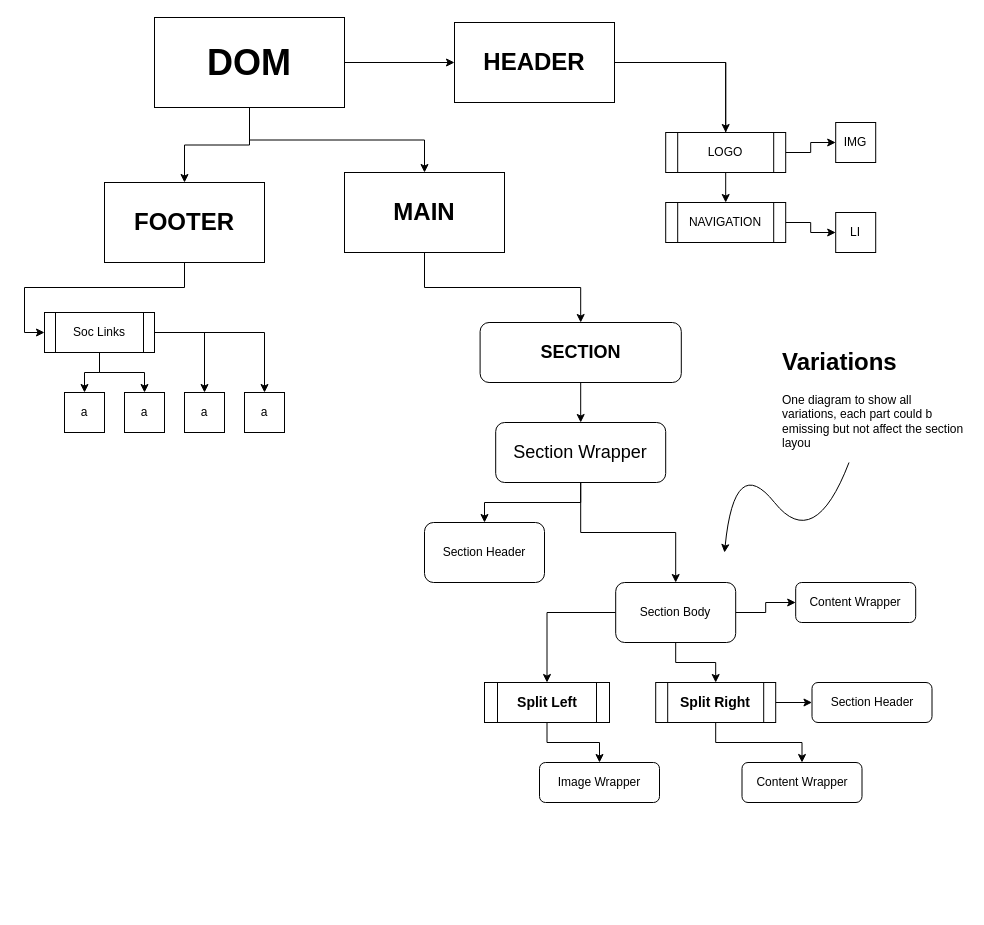
erazmozen/React-Gallery keeps this draw.io diagram as Untitled Diagram.drawio. Above is the earlier version. Source tidied: cells renumbered, new cells numbered last; positions are measured from the earlier drawing's top-left corner, leaving out a move shared by most shapes. Both pictures are drawn from the tidied source at 100%, with x=0, y=0 at pixel (44, 17).
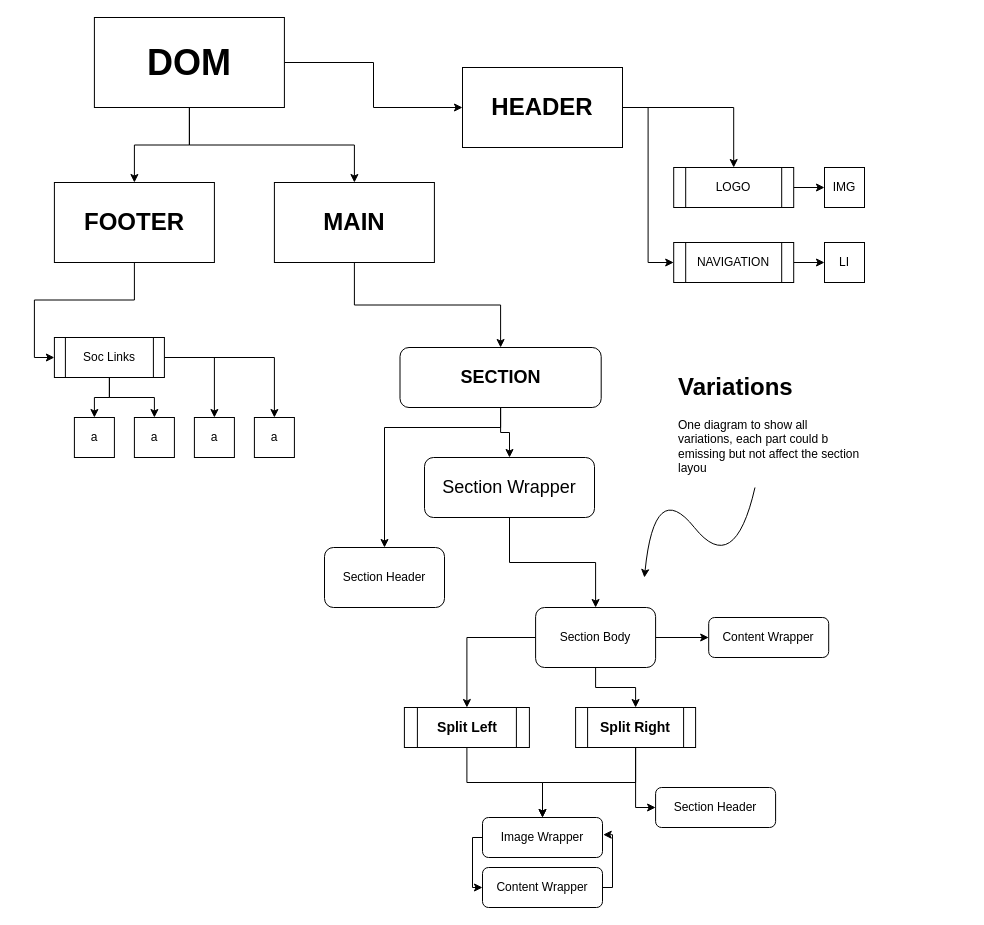
Above is the later version.

What changed in the source:
```diff
@@
-    <mxCell id="2" style="edgeStyle=orthogonalEdgeStyle;rounded=0;jettySize=auto;html=1;" parent="1" edge="1" source="5" target="12">
-      <mxGeometry relative="1" as="geometry" />
-    </mxCell>
@@
+    <mxCell id="2" style="edgeStyle=orthogonalEdgeStyle;rounded=0;jettySize=auto;html=1;entryX=0.5;entryY=0;entryDx=0;entryDy=0;" parent="1" edge="1" source="5" target="12">
+      <mxGeometry relative="1" as="geometry" />
+    </mxCell>
     <mxCell id="5" value="&lt;font style=&quot;font-size: 36px;&quot;&gt;&lt;b&gt;DOM&lt;/b&gt;&lt;/font&gt;" style="rounded=0;whiteSpace=wrap;html=1;" parent="1" vertex="1">
-      <mxGeometry x="110" width="190" height="90" as="geometry" />
+      <mxGeometry x="49.9" width="190" height="90" as="geometry" />
     </mxCell>
@@
-    <mxCell id="7" style="edgeStyle=orthogonalEdgeStyle;rounded=0;jettySize=auto;html=1;" parent="1" edge="1" source="8" target="14">
+    <mxCell id="7" style="edgeStyle=orthogonalEdgeStyle;rounded=0;jettySize=auto;html=1;entryX=0;entryY=0.5;entryDx=0;entryDy=0;" parent="1" edge="1" source="8" target="14">
       <mxGeometry relative="1" as="geometry" />
     </mxCell>
     <mxCell id="8" value="&lt;font style=&quot;font-size: 24px;&quot;&gt;&lt;b&gt;HEADER&lt;/b&gt;&lt;/font&gt;" style="rounded=0;whiteSpace=wrap;html=1;" parent="1" vertex="1">
-      <mxGeometry x="410" y="5" width="160" height="80" as="geometry" />
+      <mxGeometry x="418" y="50" width="160" height="80" as="geometry" />
     </mxCell>
@@
     <mxCell id="10" value="&lt;font style=&quot;font-size: 24px;&quot;&gt;&lt;b&gt;FOOTER&lt;/b&gt;&lt;/font&gt;" style="rounded=0;whiteSpace=wrap;html=1;" parent="1" vertex="1">
-      <mxGeometry x="60" y="165" width="160" height="80" as="geometry" />
+      <mxGeometry x="9.9" y="165" width="160" height="80" as="geometry" />
     </mxCell>
@@
     <mxCell id="12" value="&lt;font style=&quot;font-size: 24px;&quot;&gt;&lt;b&gt;MAIN&lt;/b&gt;&lt;/font&gt;" style="rounded=0;whiteSpace=wrap;html=1;" parent="1" vertex="1">
-      <mxGeometry x="300" y="155" width="160" height="80" as="geometry" />
+      <mxGeometry x="229.9" y="165" width="160" height="80" as="geometry" />
     </mxCell>
@@
     <mxCell id="14" value="NAVIGATION" style="shape=process;whiteSpace=wrap;html=1;backgroundOutline=1;" parent="1" vertex="1">
-      <mxGeometry x="621.2" y="185" width="120" height="40" as="geometry" />
+      <mxGeometry x="629.2" y="225" width="120" height="40" as="geometry" />
     </mxCell>
@@
     <mxCell id="16" value="LOGO" style="shape=process;whiteSpace=wrap;html=1;backgroundOutline=1;" parent="1" vertex="1">
-      <mxGeometry x="621.2" y="115" width="120" height="40" as="geometry" />
+      <mxGeometry x="629.2" y="150" width="120" height="40" as="geometry" />
     </mxCell>
     <mxCell id="17" value="LI" style="whiteSpace=wrap;html=1;" parent="1" vertex="1">
-      <mxGeometry x="791.2" y="195" width="40" height="40" as="geometry" />
+      <mxGeometry x="780" y="225" width="40" height="40" as="geometry" />
     </mxCell>
     <mxCell id="18" value="IMG" style="whiteSpace=wrap;html=1;" parent="1" vertex="1">
-      <mxGeometry x="791.2" y="105" width="40" height="40" as="geometry" />
+      <mxGeometry x="780" y="150" width="40" height="40" as="geometry" />
     </mxCell>
@@
     <mxCell id="23" value="Soc Links" style="shape=process;whiteSpace=wrap;html=1;backgroundOutline=1;" parent="1" vertex="1">
-      <mxGeometry y="295" width="110" height="40" as="geometry" />
+      <mxGeometry x="9.9" y="320" width="110" height="40" as="geometry" />
     </mxCell>
     <mxCell id="24" value="a" style="whiteSpace=wrap;html=1;" parent="1" vertex="1">
-      <mxGeometry x="20" y="375" width="40" height="40" as="geometry" />
+      <mxGeometry x="29.9" y="400" width="40" height="40" as="geometry" />
     </mxCell>
     <mxCell id="25" value="a" style="whiteSpace=wrap;html=1;" parent="1" vertex="1">
-      <mxGeometry x="80" y="375" width="40" height="40" as="geometry" />
+      <mxGeometry x="89.9" y="400" width="40" height="40" as="geometry" />
     </mxCell>
     <mxCell id="26" value="a" style="whiteSpace=wrap;html=1;" parent="1" vertex="1">
-      <mxGeometry x="140" y="375" width="40" height="40" as="geometry" />
+      <mxGeometry x="149.9" y="400" width="40" height="40" as="geometry" />
     </mxCell>
     <mxCell id="27" value="a" style="whiteSpace=wrap;html=1;" parent="1" vertex="1">
-      <mxGeometry x="200" y="375" width="40" height="40" as="geometry" />
+      <mxGeometry x="209.9" y="400" width="40" height="40" as="geometry" />
     </mxCell>
@@
+    <mxCell id="49" style="edgeStyle=orthogonalEdgeStyle;rounded=0;jettySize=auto;html=1;entryX=0.5;entryY=0;entryDx=0;entryDy=0;" parent="1" edge="1" source="29" target="30">
+      <mxGeometry relative="1" as="geometry">
+        <Array as="points">
+          <mxPoint x="456" y="410" />
+          <mxPoint x="340" y="410" />
+        </Array>
+      </mxGeometry>
+    </mxCell>
     <mxCell id="29" value="&lt;font style=&quot;font-size: 18px;&quot;&gt;&lt;b&gt;SECTION&lt;/b&gt;&lt;/font&gt;" style="rounded=1;whiteSpace=wrap;html=1;" parent="1" vertex="1">
-      <mxGeometry x="435.6" y="305" width="201.2" height="60" as="geometry" />
+      <mxGeometry x="355.5" y="330" width="201.2" height="60" as="geometry" />
     </mxCell>
     <mxCell id="30" value="Section Header" style="rounded=1;whiteSpace=wrap;html=1;" parent="1" vertex="1">
-      <mxGeometry x="380" y="505" width="120" height="60" as="geometry" />
+      <mxGeometry x="280" y="530" width="120" height="60" as="geometry" />
     </mxCell>
@@
     <mxCell id="34" value="Section Body" style="rounded=1;whiteSpace=wrap;html=1;glass=0;" parent="1" vertex="1">
-      <mxGeometry x="571.2" y="565" width="120" height="60" as="geometry" />
+      <mxGeometry x="491.1" y="590" width="120" height="60" as="geometry" />
     </mxCell>
-    <mxCell id="35" style="edgeStyle=orthogonalEdgeStyle;rounded=0;jettySize=auto;html=1;entryX=0.5;entryY=0;entryDx=0;entryDy=0;" parent="1" edge="1" source="37" target="30">
-      <mxGeometry relative="1" as="geometry" />
-    </mxCell>
@@
     <mxCell id="37" value="&lt;font style=&quot;font-size: 18px;&quot;&gt;Section Wrapper&lt;/font&gt;" style="rounded=1;whiteSpace=wrap;html=1;" parent="1" vertex="1">
-      <mxGeometry x="451.2" y="405" width="170" height="60" as="geometry" />
+      <mxGeometry x="380" y="440" width="170" height="60" as="geometry" />
     </mxCell>
@@
     <mxCell id="39" value="&lt;b style=&quot;border-color: var(--border-color);&quot;&gt;&lt;font style=&quot;font-size: 14px;&quot;&gt;Split Left&lt;/font&gt;&lt;/b&gt;" style="shape=process;whiteSpace=wrap;html=1;backgroundOutline=1;" parent="1" vertex="1">
-      <mxGeometry x="440" y="665" width="125" height="40" as="geometry" />
+      <mxGeometry x="359.9" y="690" width="125" height="40" as="geometry" />
     </mxCell>
@@
-    <mxCell id="41" style="edgeStyle=orthogonalEdgeStyle;rounded=0;jettySize=auto;html=1;" parent="1" edge="1" source="42" target="43">
+    <mxCell id="41" style="edgeStyle=orthogonalEdgeStyle;rounded=0;jettySize=auto;html=1;entryX=0.5;entryY=0;entryDx=0;entryDy=0;" parent="1" edge="1" source="42" target="45">
       <mxGeometry relative="1" as="geometry" />
     </mxCell>
     <mxCell id="42" value="&lt;b style=&quot;border-color: var(--border-color);&quot;&gt;&lt;font style=&quot;font-size: 14px;&quot;&gt;Split Right&lt;/font&gt;&lt;/b&gt;" style="shape=process;whiteSpace=wrap;html=1;backgroundOutline=1;" parent="1" vertex="1">
-      <mxGeometry x="611.2" y="665" width="120" height="40" as="geometry" />
+      <mxGeometry x="531.1" y="690" width="120" height="40" as="geometry" />
     </mxCell>
-    <mxCell id="43" value="Content Wrapper" style="rounded=1;whiteSpace=wrap;html=1;glass=0;" parent="1" vertex="1">
-      <mxGeometry x="697.5" y="745" width="120" height="40" as="geometry" />
-    </mxCell>
     <mxCell id="44" value="Section Header" style="rounded=1;whiteSpace=wrap;html=1;" parent="1" vertex="1">
-      <mxGeometry x="767.5" y="665" width="120" height="40" as="geometry" />
+      <mxGeometry x="611.1" y="770" width="120" height="40" as="geometry" />
     </mxCell>
-    <mxCell id="45" value="Image Wrapper" style="rounded=1;whiteSpace=wrap;html=1;glass=0;" parent="1" vertex="1">
-      <mxGeometry x="495" y="745" width="120" height="40" as="geometry" />
-    </mxCell>
     <mxCell id="46" value="Content Wrapper" style="rounded=1;whiteSpace=wrap;html=1;glass=0;" parent="1" vertex="1">
-      <mxGeometry x="751.2" y="565" width="120" height="40" as="geometry" />
+      <mxGeometry x="664.2" y="600" width="120" height="40" as="geometry" />
     </mxCell>
     <mxCell id="47" style="curved=1;endArrow=classic;html=1;rounded=0;" parent="1" edge="1" source="48">
       <mxGeometry relative="1" as="geometry">
-        <mxPoint x="680" y="535" as="targetPoint" />
+        <mxPoint x="599.9" y="560" as="targetPoint" />
         <Array as="points">
-          <mxPoint x="770" y="535" />
-          <mxPoint x="690" y="435" />
+          <mxPoint x="689.9" y="560" />
+          <mxPoint x="609.9" y="460" />
         </Array>
       </mxGeometry>
     </mxCell>
     <mxCell id="48" value="&lt;h1&gt;Variations&lt;/h1&gt;&lt;p&gt;One diagram to show all variations, each part could b emissing but not affect the section layou&lt;/p&gt;" style="text;html=1;strokeColor=none;fillColor=none;spacing=5;spacingTop=-20;whiteSpace=wrap;overflow=hidden;rounded=0;" parent="1" vertex="1">
-      <mxGeometry x="732.5" y="325" width="190" height="120" as="geometry" />
+      <mxGeometry x="629.2" y="350" width="190" height="120" as="geometry" />
     </mxCell>
+    <mxCell id="50" style="edgeStyle=orthogonalEdgeStyle;rounded=0;jettySize=auto;html=1;exitX=0;exitY=0.5;exitDx=0;exitDy=0;entryX=0;entryY=0.5;entryDx=0;entryDy=0;" parent="1" edge="1" source="45" target="43">
+      <mxGeometry relative="1" as="geometry">
+        <Array as="points">
+          <mxPoint x="428" y="820" />
+          <mxPoint x="428" y="870" />
+        </Array>
+      </mxGeometry>
+    </mxCell>
+    <mxCell id="45" value="Image Wrapper" style="rounded=1;whiteSpace=wrap;html=1;glass=0;" parent="1" vertex="1">
+      <mxGeometry x="438" y="800" width="120" height="40" as="geometry" />
+    </mxCell>
+    <mxCell id="51" style="edgeStyle=orthogonalEdgeStyle;rounded=0;jettySize=auto;html=1;entryX=1.006;entryY=0.429;entryDx=0;entryDy=0;entryPerimeter=0;exitX=1;exitY=0.5;exitDx=0;exitDy=0;" parent="1" edge="1" source="43" target="45">
+      <mxGeometry relative="1" as="geometry">
+        <Array as="points">
+          <mxPoint x="568" y="870" />
+          <mxPoint x="568" y="817" />
+        </Array>
+      </mxGeometry>
+    </mxCell>
+    <mxCell id="43" value="Content Wrapper" style="rounded=1;whiteSpace=wrap;html=1;glass=0;" parent="1" vertex="1">
+      <mxGeometry x="438" y="850" width="120" height="40" as="geometry" />
+    </mxCell>
```
